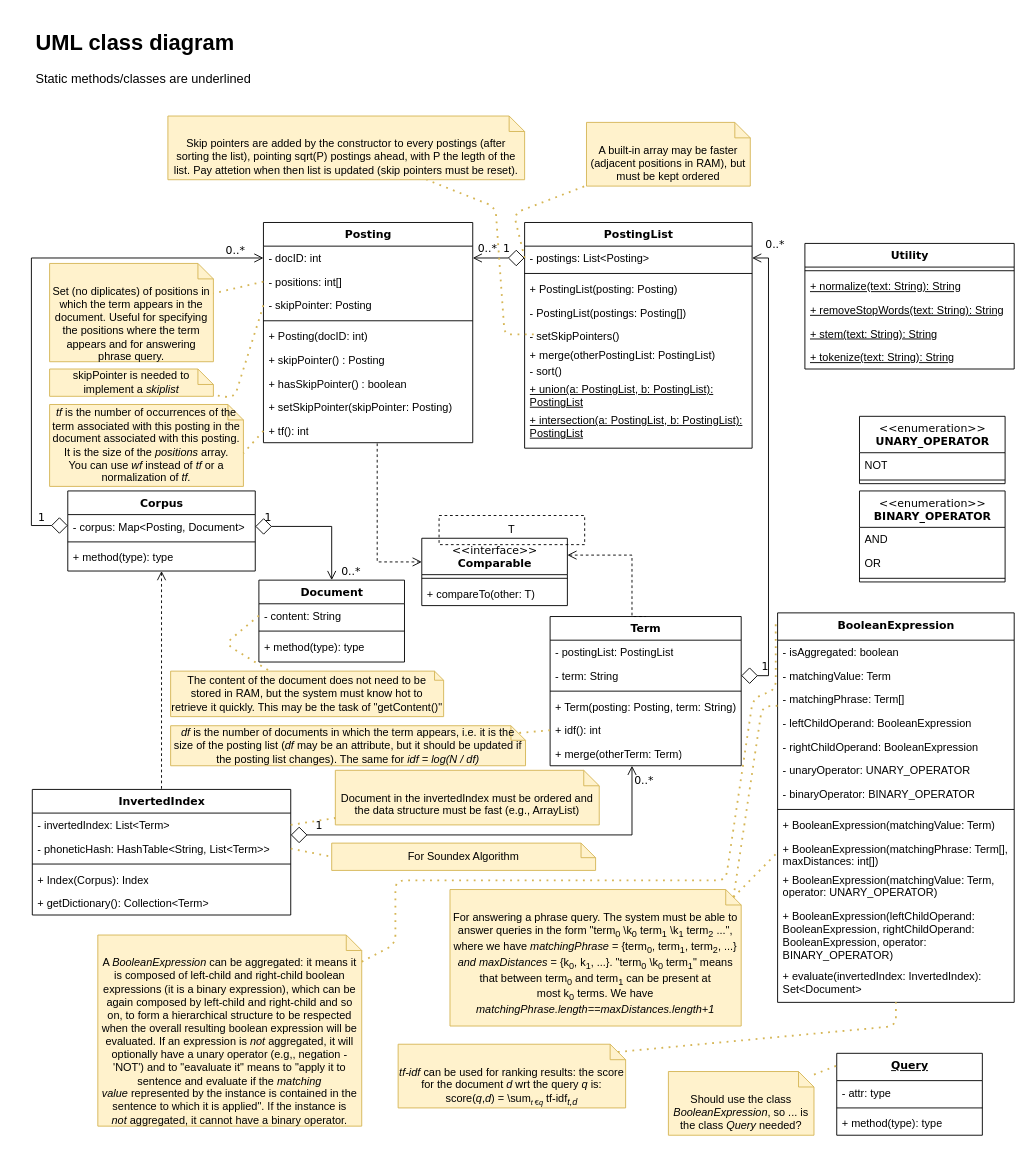
matteoferfoglia/Information-Retrieval-System keeps this draw.io diagram as UML/BasicIRSystem.drawio. Above is the earlier version. Source tidied: cells renumbered, new cells numbered last; positions are measured from the earlier drawing's top-left corner, leaving out a move shared by most shapes. Both pictures are drawn from the tidied source at 91%, with x=0, y=0 at pixel (31, 25).
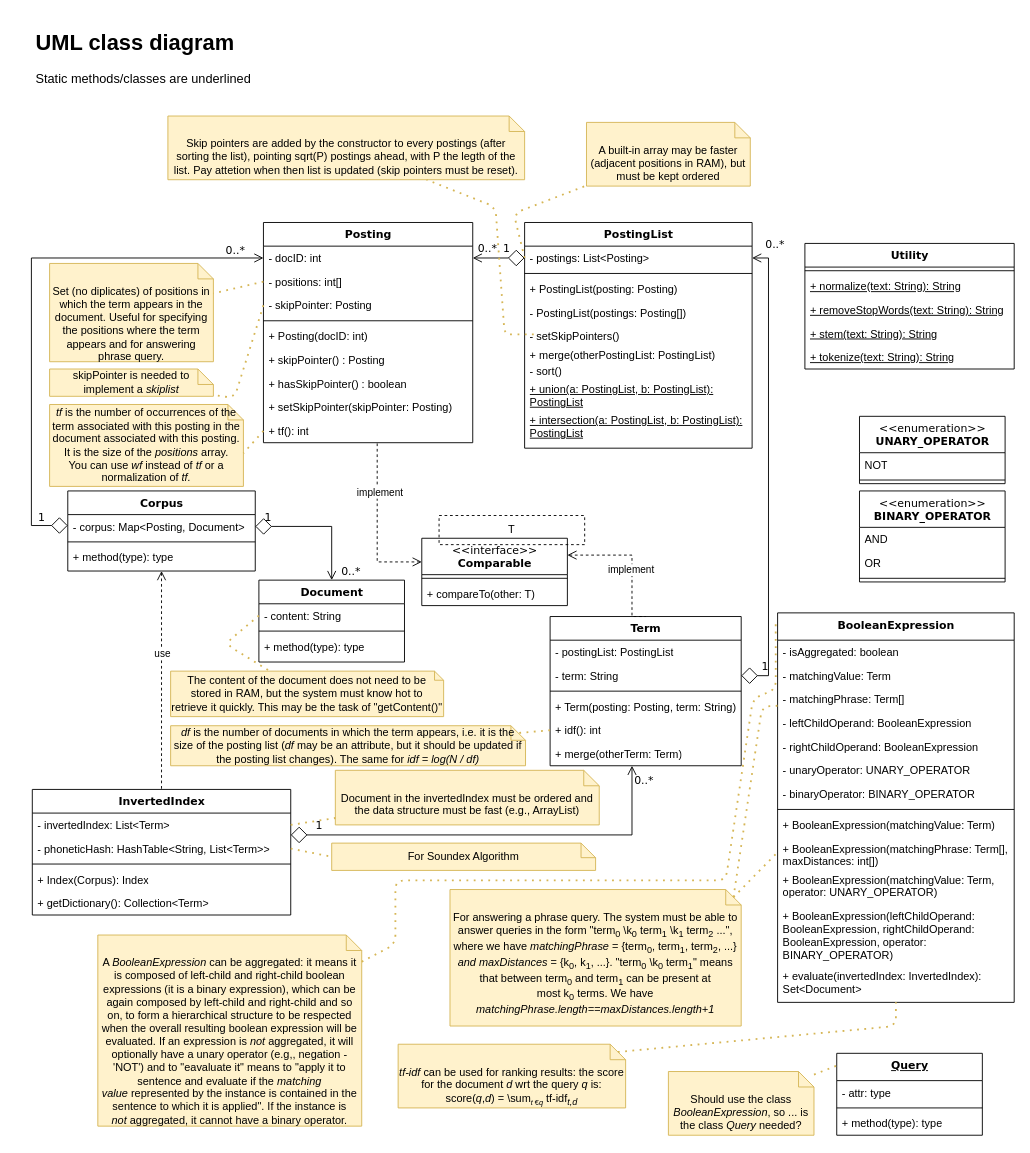
The same page after the edit.

Commit message (it also covers changes not shown here):
Update UML class diagram

Unchanged cells that the change refers to:
```xml
<mxCell id="40" style="edgeStyle=orthogonalEdgeStyle;rounded=0;html=1;labelBackgroundColor=none;startArrow=open;startFill=0;startSize=8;endArrow=none;endFill=0;endSize=16;fontFamily=Verdana;fontSize=12;dashed=1;strokeWidth=1;entryX=0.5;entryY=0;entryDx=0;entryDy=0;" parent="1" edge="1" target="34">
  <mxGeometry relative="1" as="geometry">
    <mxPoint x="143" y="600" as="sourcePoint" />
    <Array as="points">
      <mxPoint x="143" y="600" />
    </Array>
  </mxGeometry>
</mxCell>
<mxCell id="95" style="edgeStyle=orthogonalEdgeStyle;rounded=0;html=1;labelBackgroundColor=none;startArrow=open;startFill=0;startSize=8;endArrow=none;endFill=0;endSize=16;fontFamily=Verdana;fontSize=12;dashed=1;strokeWidth=1;entryX=0.5;entryY=0;entryDx=0;entryDy=0;exitX=1;exitY=0.25;exitDx=0;exitDy=0;" parent="1" edge="1" source="91" target="27">
  <mxGeometry relative="1" as="geometry">
    <Array as="points">
      <mxPoint x="660" y="583" />
    </Array>
  </mxGeometry>
</mxCell>
<mxCell id="96" style="edgeStyle=orthogonalEdgeStyle;rounded=0;html=1;labelBackgroundColor=none;startArrow=open;startFill=0;startSize=8;endArrow=none;endFill=0;endSize=16;fontFamily=Verdana;fontSize=12;dashed=1;strokeWidth=1;" parent="1" edge="1" source="91" target="61">
  <mxGeometry relative="1" as="geometry">
    <Array as="points">
      <mxPoint x="380" y="590" />
    </Array>
  </mxGeometry>
</mxCell>
```

Diff of the diagram source:
```diff
@@
-<mxGraphModel background="#ffffff">
+<mxGraphModel>
@@
+    <mxCell id="126" value="use" style="edgeLabel;html=1;align=center;verticalAlign=middle;" parent="40" vertex="1">
+      <mxGeometry x="-0.25" relative="1" as="geometry" />
+    </mxCell>
@@
+    <mxCell id="127" value="implement" style="edgeLabel;html=1;align=center;verticalAlign=middle;" parent="95" vertex="1">
+      <mxGeometry x="0.14" y="-2" relative="1" as="geometry" />
+    </mxCell>
@@
+    <mxCell id="128" value="implement" style="edgeLabel;html=1;align=center;verticalAlign=middle;" parent="96" vertex="1">
+      <mxGeometry x="0.4" y="-2" relative="1" as="geometry" />
+    </mxCell>
```
